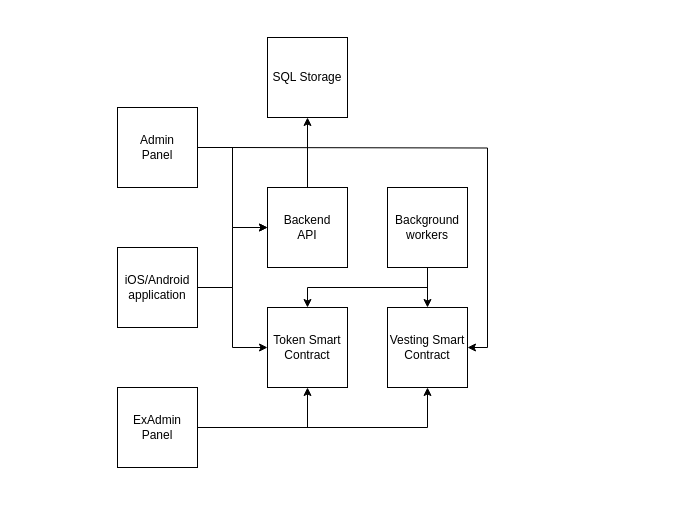
The draw.io diagram High-Level-Architecture-Diagram.drawio in yosadchyi/naviga, before the edit. Source tidied: cells renumbered, new cells numbered last; positions are measured from the earlier drawing's top-left corner, leaving out a move shared by most shapes. Both pictures are drawn from the tidied source at 100%, with x=0, y=0 at pixel (117, 37).
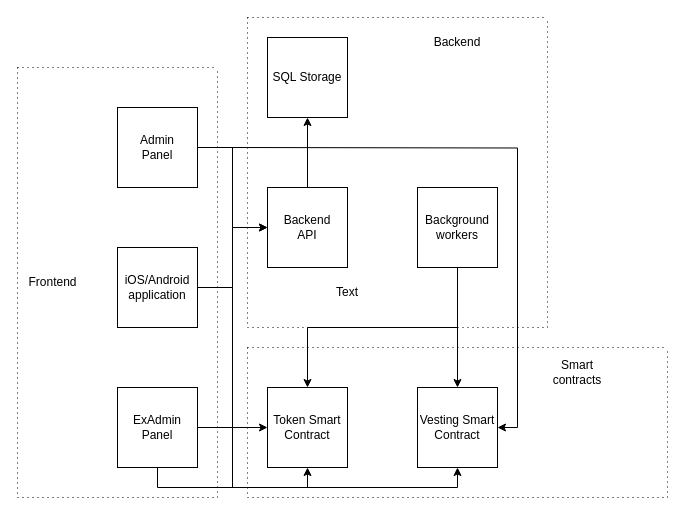
The same page after the edit.

Unchanged cells that the change refers to:
```xml
<mxCell id="17" value="ExAdmin&lt;div&gt;Panel&lt;/div&gt;" style="whiteSpace=wrap;html=1;" parent="1" vertex="1">
  <mxGeometry y="350" width="80" height="80" as="geometry" />
</mxCell>
```

The edit, as a diff of the source:
```diff
@@
     <mxCell id="7" value="Token Smart Contract" style="whiteSpace=wrap;html=1;" parent="1" vertex="1">
-      <mxGeometry x="150" y="270" width="80" height="80" as="geometry" />
+      <mxGeometry x="150" y="350" width="80" height="80" as="geometry" />
     </mxCell>
@@
     <mxCell id="10" value="Background&lt;div&gt;workers&lt;/div&gt;" style="whiteSpace=wrap;html=1;" parent="1" vertex="1">
-      <mxGeometry x="270" y="150" width="80" height="80" as="geometry" />
+      <mxGeometry x="300" y="150" width="80" height="80" as="geometry" />
     </mxCell>
     <mxCell id="11" value="Vesting Smart&lt;div&gt;Contract&lt;/div&gt;" style="whiteSpace=wrap;html=1;" parent="1" vertex="1">
-      <mxGeometry x="270" y="270" width="80" height="80" as="geometry" />
+      <mxGeometry x="300" y="350" width="80" height="80" as="geometry" />
     </mxCell>
@@
-    <mxCell id="16" style="edgeStyle=orthogonalEdgeStyle;rounded=0;jettySize=auto;html=1;entryX=0.5;entryY=1;entryDx=0;entryDy=0;" parent="1" edge="1" source="17" target="11">
+    <mxCell id="16" style="edgeStyle=orthogonalEdgeStyle;rounded=0;jettySize=auto;html=1;exitX=0.5;exitY=1;exitDx=0;exitDy=0;entryX=0.5;entryY=1;entryDx=0;entryDy=0;" parent="1" edge="1" source="17" target="11">
       <mxGeometry relative="1" as="geometry" />
     </mxCell>
@@
+    <mxCell id="19" style="swimlane;startSize=0;dashed=1;dashPattern=1 4;" parent="1" vertex="1">
+      <mxGeometry x="-100" y="30" width="200" height="430" as="geometry" />
+    </mxCell>
+    <mxCell id="20" value="Frontend" style="text;html=1;align=center;verticalAlign=middle;strokeColor=none;fillColor=none;" parent="19" vertex="1">
+      <mxGeometry y="200" width="70" height="30" as="geometry" />
+    </mxCell>
+    <mxCell id="21" value="Text" style="text;html=1;align=center;verticalAlign=middle;whiteSpace=wrap;rounded=0;" parent="1" vertex="1">
+      <mxGeometry x="200" y="240" width="60" height="30" as="geometry" />
+    </mxCell>
+    <mxCell id="22" style="swimlane;startSize=0;dashed=1;dashPattern=1 4;" parent="1" vertex="1">
+      <mxGeometry x="130" y="-20" width="300" height="310" as="geometry" />
+    </mxCell>
+    <mxCell id="23" value="Backend" style="text;html=1;align=center;verticalAlign=middle;whiteSpace=wrap;rounded=0;" parent="22" vertex="1">
+      <mxGeometry x="180" y="10" width="60" height="30" as="geometry" />
+    </mxCell>
+    <mxCell id="24" style="swimlane;startSize=0;dashed=1;dashPattern=1 4;" parent="1" vertex="1">
+      <mxGeometry x="130" y="310" width="420" height="150" as="geometry" />
+    </mxCell>
+    <mxCell id="25" value="Smart contracts" style="text;html=1;align=center;verticalAlign=middle;whiteSpace=wrap;rounded=0;" parent="24" vertex="1">
+      <mxGeometry x="300" y="10" width="60" height="30" as="geometry" />
+    </mxCell>
```
